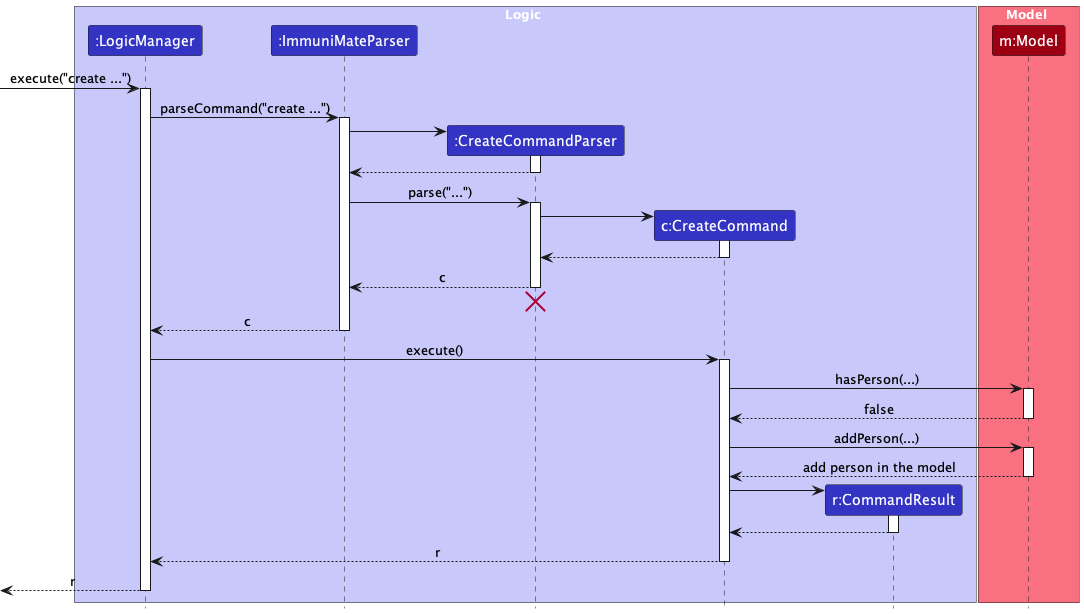
Above: docs/images/CreateCommandLogic.png in AY2324S2-CS2103T-T08-1/tp (PlantUML), before the change. Source of this version:
```plantuml
@startuml
!include style.puml
skinparam ArrowFontStyle plain

box Logic LOGIC_COLOR_T1
participant ":LogicManager" as LogicManager LOGIC_COLOR
participant ":ImmuniMateParser" as ImmuniMateParser LOGIC_COLOR
participant ":CreateCommandParser" as CreateCommandParser LOGIC_COLOR
participant "c:CreateCommand" as CreateCommand LOGIC_COLOR
participant "r:CommandResult" as CommandResult LOGIC_COLOR
end box

box Model MODEL_COLOR_T1
participant "m:Model" as Model MODEL_COLOR
end box

[-> LogicManager : execute("create ...")
activate LogicManager
LogicManager -> ImmuniMateParser : parseCommand("create ...")
activate ImmuniMateParser

create CreateCommandParser
ImmuniMateParser -> CreateCommandParser
activate CreateCommandParser
CreateCommandParser --> ImmuniMateParser
deactivate CreateCommandParser
ImmuniMateParser -> CreateCommandParser : parse("...")
activate CreateCommandParser

create CreateCommand
CreateCommandParser -> CreateCommand
activate CreateCommand
CreateCommand --> CreateCommandParser
deactivate CreateCommand
CreateCommandParser --> ImmuniMateParser : c
deactivate CreateCommandParser
CreateCommandParser -[hidden]-> ImmuniMateParser
destroy CreateCommandParser
ImmuniMateParser --> LogicManager : c
deactivate ImmuniMateParser
LogicManager -> CreateCommand : execute()
activate CreateCommand
CreateCommand -> Model : hasPerson(...)
activate Model
Model --> CreateCommand : false
deactivate Model
CreateCommand -> Model : addPerson(...)
activate Model
Model --> CreateCommand : add person in the model
deactivate Model

create CommandResult
CreateCommand -> CommandResult
activate CommandResult
CommandResult --> CreateCommand
deactivate
CreateCommand --> LogicManager : r
deactivate CreateCommand

[<--LogicManager : r
deactivate LogicManager
@enduml
```
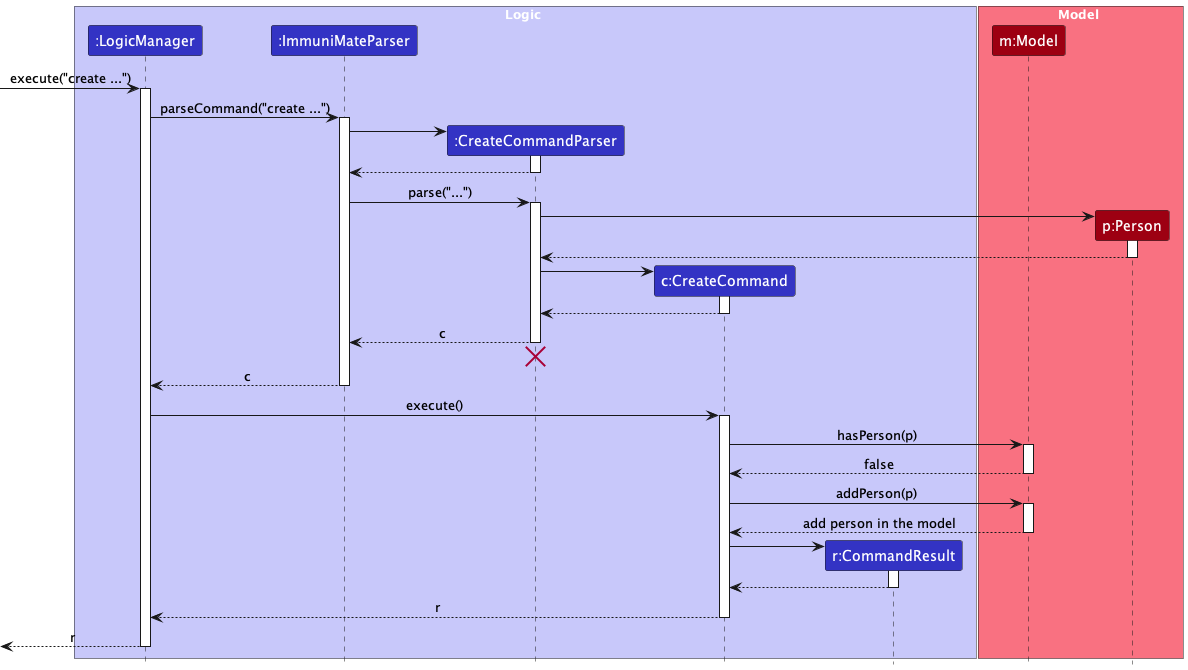
The same diagram one commit later.

What changed in the source:
```diff
@@ -12,6 +12,7 @@
 
 box Model MODEL_COLOR_T1
 participant "m:Model" as Model MODEL_COLOR
+participant "p:Person" as Person MODEL_COLOR
 end box
 
 [-> LogicManager : execute("create ...")
@@ -27,6 +28,12 @@
 ImmuniMateParser -> CreateCommandParser : parse("...")
 activate CreateCommandParser
 
+create Person
+CreateCommandParser -> Person
+activate Person
+Person --> CreateCommandParser
+deactivate Person
+
 create CreateCommand
 CreateCommandParser -> CreateCommand
 activate CreateCommand
@@ -40,11 +47,11 @@
 deactivate ImmuniMateParser
 LogicManager -> CreateCommand : execute()
 activate CreateCommand
-CreateCommand -> Model : hasPerson(...)
+CreateCommand -> Model : hasPerson(p)
 activate Model
 Model --> CreateCommand : false
 deactivate Model
-CreateCommand -> Model : addPerson(...)
+CreateCommand -> Model : addPerson(p)
 activate Model
 Model --> CreateCommand : add person in the model
 deactivate Model
```
